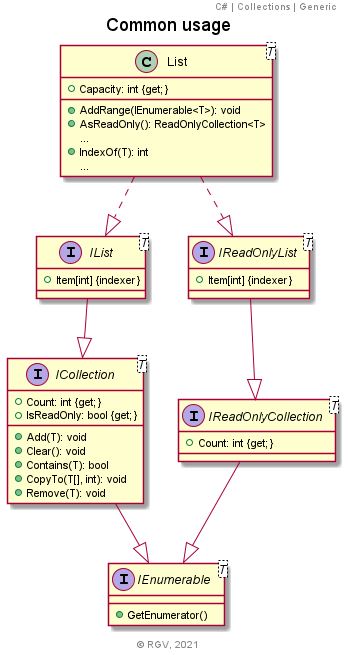
The PlantUML diagram C#/Collections-Common_usage.png in RicardoGuzmanVelasco/DomainModelling, before a commit. Its diagram source:
```plantuml
@startuml
title Common usage
header C# | Collections | Generic
remove ReadOnlyCollection
class ReadOnlyCollection<T>
{
    +Count: int {get;}
    +Item[int] {indexer}
    +Items: IList<T>
}

class List<T>
{
    +Capacity: int {get;}

    +AddRange(IEnumerable<T>): void
    +AsReadOnly(): ReadOnlyCollection<T>
    {method}...
    +IndexOf(T): int
    {method}...
}

interface IList<T>
{
    +Item[int] {indexer}
}

interface IReadOnlyList<T>
{
    +Item[int] {indexer}
}

interface IReadOnlyCollection<T>
{
    +Count: int {get;}
}

interface ICollection<T>
{
    +Count: int {get;}
    +IsReadOnly: bool {get;}

    +Add(T): void
    +Clear(): void
    +Contains(T): bool
    +CopyTo(T[], int): void
    +Remove(T): void
}

interface IEnumerable<T>
{
    +GetEnumerator()
}


ReadOnlyCollection ..|> IList
ReadOnlyCollection ..|> IReadOnlyList

List..|>IList
List..|>IReadOnlyList

IReadOnlyList--|>IReadOnlyCollection

IList --|> ICollection
ICollection --|> IEnumerable

IReadOnlyCollection --|> IEnumerable

footer © RGV, 2021
@enduml
```
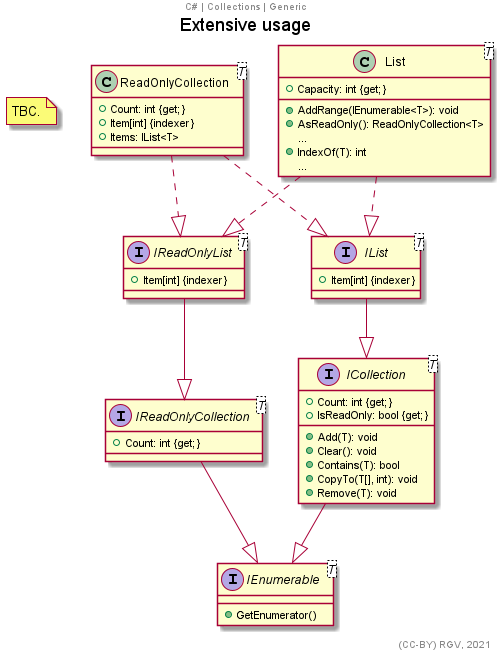
The same file after the commit.

What changed in the source:
```diff
@@ -1,7 +1,11 @@
 @startuml
-title Common usage
-header C# | Collections | Generic
-remove ReadOnlyCollection
+title Extensive usage
+center header C# | Collections | Generic
+
+note as Note
+TBC.
+end note
+
 class ReadOnlyCollection<T>
 {
     +Count: int {get;}
@@ -66,5 +70,5 @@
 
 IReadOnlyCollection --|> IEnumerable
 
-footer © RGV, 2021
+right footer (CC-BY) RGV, 2021
 @enduml
```
